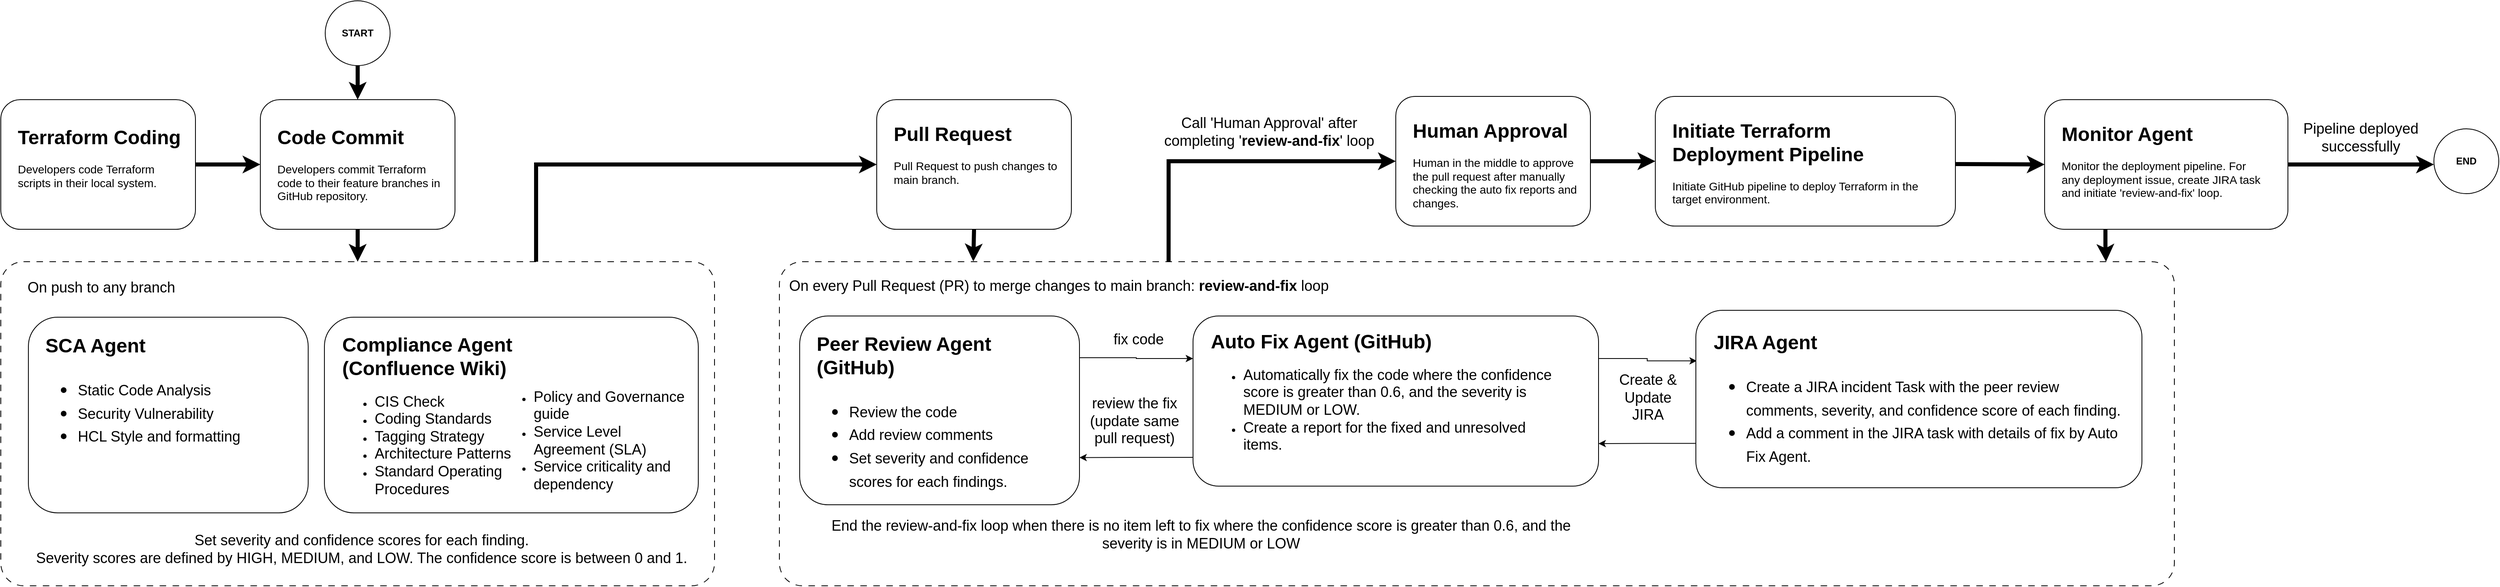
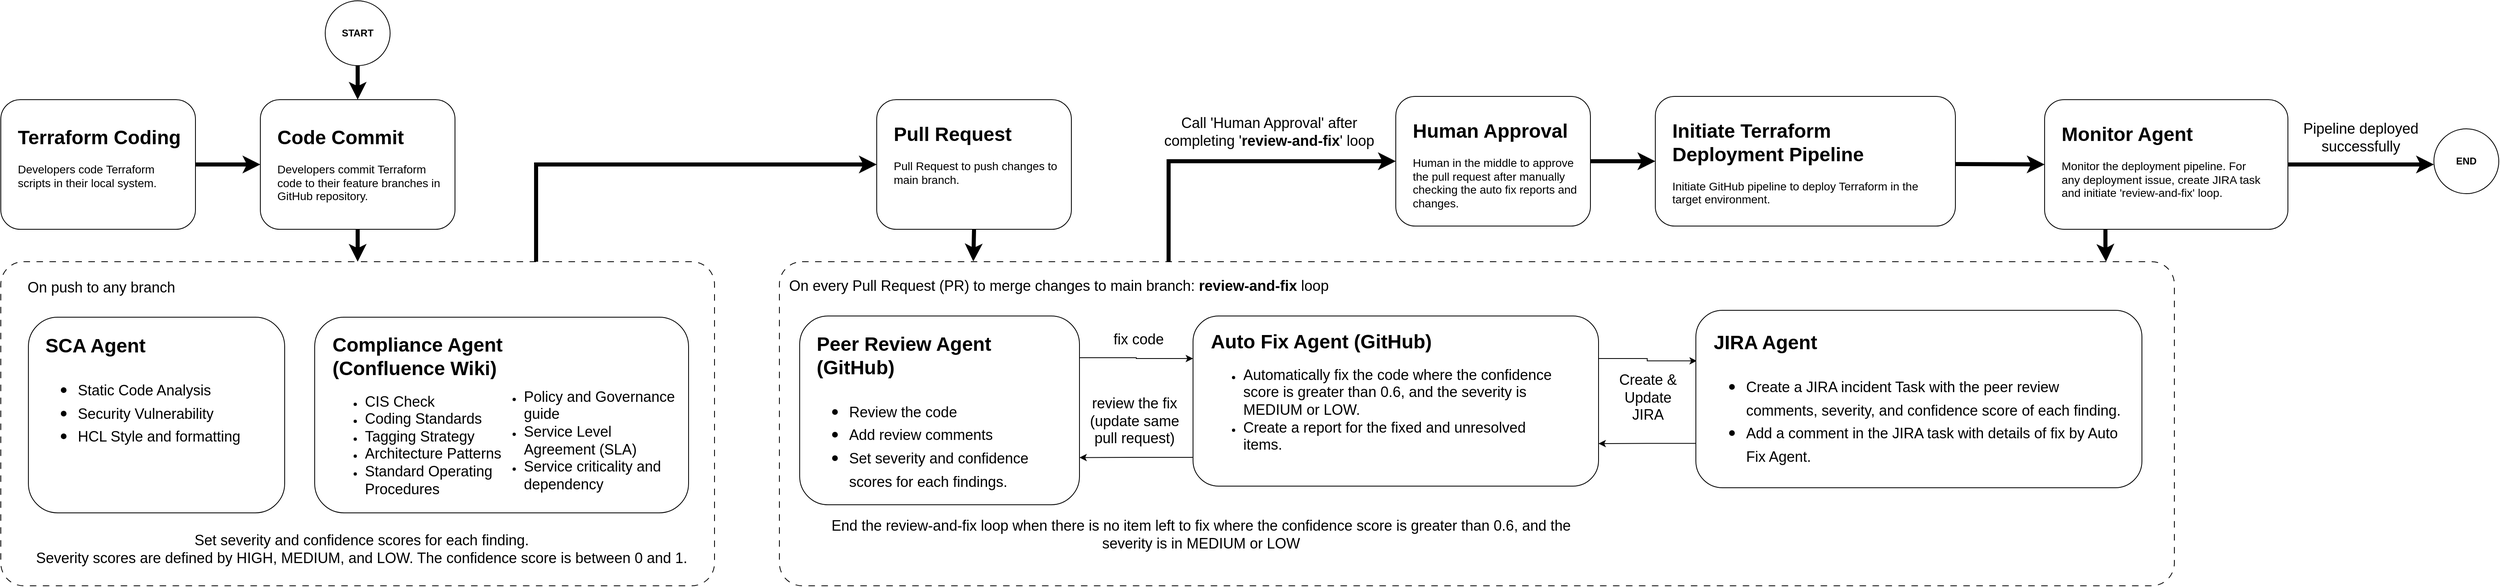
<mxfile host="app.diagrams.net">
  <diagram name="Page-1" id="llQ14HlxIDWXj9B5HY60">
    <mxGraphModel dx="1006" dy="638" grid="1" gridSize="10" guides="1" tooltips="1" connect="1" arrows="1" fold="1" page="1" pageScale="1" pageWidth="850" pageHeight="1100" math="0" shadow="0">
      <root>
        <mxCell id="0" />
        <mxCell id="1" parent="0" />
        <mxCell id="IWc9zJM8tDhvkjJ2dRjy-13" edge="1" parent="1" source="IWc9zJM8tDhvkjJ2dRjy-5" style="edgeStyle=orthogonalEdgeStyle;rounded=0;orthogonalLoop=1;jettySize=auto;html=1;entryX=0;entryY=0.5;entryDx=0;entryDy=0;exitX=0.75;exitY=0;exitDx=0;exitDy=0;strokeWidth=5;" target="IWc9zJM8tDhvkjJ2dRjy-1">
          <mxGeometry relative="1" as="geometry" />
        </mxCell>
        <mxCell id="oJW8UGhNAXkty13G2p3x-1" parent="1" style="rounded=1;whiteSpace=wrap;html=1;" value="" vertex="1">
          <mxGeometry height="160" width="240" x="440" y="200" as="geometry" />
        </mxCell>
        <mxCell id="oJW8UGhNAXkty13G2p3x-3" parent="1" style="text;html=1;whiteSpace=wrap;overflow=hidden;rounded=0;" value="&lt;h1 style=&quot;margin-top: 0px;&quot;&gt;Code Commit&lt;/h1&gt;&lt;p&gt;&lt;font style=&quot;font-size: 14px;&quot;&gt;Developers commit Terraform code to their feature branches in GitHub repository.&lt;/font&gt;&lt;/p&gt;" vertex="1">
          <mxGeometry height="100" width="210" x="459" y="226" as="geometry" />
        </mxCell>
        <mxCell id="IWc9zJM8tDhvkjJ2dRjy-35" edge="1" parent="1" source="IWc9zJM8tDhvkjJ2dRjy-14" style="edgeStyle=orthogonalEdgeStyle;rounded=0;orthogonalLoop=1;jettySize=auto;html=1;entryX=0;entryY=0.5;entryDx=0;entryDy=0;exitX=0.279;exitY=0.025;exitDx=0;exitDy=0;exitPerimeter=0;strokeWidth=5;" target="IWc9zJM8tDhvkjJ2dRjy-33">
          <mxGeometry relative="1" as="geometry">
            <Array as="points">
              <mxPoint x="1560" y="276" />
            </Array>
          </mxGeometry>
        </mxCell>
        <mxCell id="IWc9zJM8tDhvkjJ2dRjy-1" parent="1" style="rounded=1;whiteSpace=wrap;html=1;" value="" vertex="1">
          <mxGeometry height="160" width="240" x="1200" y="200" as="geometry" />
        </mxCell>
        <mxCell id="IWc9zJM8tDhvkjJ2dRjy-2" parent="1" style="text;html=1;whiteSpace=wrap;overflow=hidden;rounded=0;" value="&lt;h1 style=&quot;margin-top: 0px;&quot;&gt;Pull Request&lt;/h1&gt;&lt;p&gt;&lt;font style=&quot;font-size: 14px;&quot;&gt;Pull Request to push changes to main branch.&lt;/font&gt;&lt;/p&gt;" vertex="1">
          <mxGeometry height="100" width="210" x="1219" y="222" as="geometry" />
        </mxCell>
        <mxCell id="IWc9zJM8tDhvkjJ2dRjy-12" edge="1" parent="1" source="IWc9zJM8tDhvkjJ2dRjy-3" style="edgeStyle=orthogonalEdgeStyle;rounded=0;orthogonalLoop=1;jettySize=auto;html=1;exitX=1;exitY=0.5;exitDx=0;exitDy=0;entryX=0;entryY=0.5;entryDx=0;entryDy=0;strokeWidth=5;" target="oJW8UGhNAXkty13G2p3x-1">
          <mxGeometry relative="1" as="geometry" />
        </mxCell>
        <mxCell id="IWc9zJM8tDhvkjJ2dRjy-3" parent="1" style="rounded=1;whiteSpace=wrap;html=1;" value="" vertex="1">
          <mxGeometry height="160" width="240" x="120" y="200" as="geometry" />
        </mxCell>
        <mxCell id="IWc9zJM8tDhvkjJ2dRjy-4" parent="1" style="text;html=1;whiteSpace=wrap;overflow=hidden;rounded=0;" value="&lt;h1 style=&quot;margin-top: 0px;&quot;&gt;Terraform Coding&lt;/h1&gt;&lt;p&gt;&lt;font style=&quot;font-size: 14px;&quot;&gt;Developers code Terraform scripts in their local system.&lt;/font&gt;&lt;/p&gt;" vertex="1">
          <mxGeometry height="100" width="210" x="139" y="226" as="geometry" />
        </mxCell>
        <mxCell id="IWc9zJM8tDhvkjJ2dRjy-5" parent="1" style="rounded=1;whiteSpace=wrap;html=1;arcSize=7;dashed=1;dashPattern=8 8;" value="" vertex="1">
          <mxGeometry height="400" width="880" x="120" y="400" as="geometry" />
        </mxCell>
        <mxCell id="IWc9zJM8tDhvkjJ2dRjy-6" parent="1" style="text;html=1;whiteSpace=wrap;strokeColor=none;fillColor=none;align=center;verticalAlign=middle;rounded=0;" value="&lt;font style=&quot;font-size: 18px;&quot;&gt;On push to any branch&lt;/font&gt;" vertex="1">
          <mxGeometry height="30" width="210" x="139" y="416.5" as="geometry" />
        </mxCell>
        <mxCell id="IWc9zJM8tDhvkjJ2dRjy-7" parent="1" style="rounded=1;whiteSpace=wrap;html=1;" value="" vertex="1">
-           <mxGeometry height="241.5" width="345" x="154" y="468.5" as="geometry" />
+           <mxGeometry height="241.5" width="316" x="154" y="468.5" as="geometry" />
        </mxCell>
        <mxCell id="IWc9zJM8tDhvkjJ2dRjy-8" parent="1" style="text;html=1;whiteSpace=wrap;overflow=hidden;rounded=0;" value="&lt;h1 style=&quot;margin-top: 0px;&quot;&gt;SCA Agent&lt;/h1&gt;&lt;h1 style=&quot;margin-top: 0px;&quot;&gt;&lt;p style=&quot;font-size: 12px; font-weight: 400;&quot;&gt;&lt;/p&gt;&lt;ul&gt;&lt;li&gt;&lt;span style=&quot;font-size: 18px; font-weight: normal;&quot;&gt;Static Code Analysis&lt;/span&gt;&lt;/li&gt;&lt;li&gt;&lt;span style=&quot;font-size: 18px; font-weight: normal;&quot;&gt;Security Vulnerability&lt;/span&gt;&lt;/li&gt;&lt;li&gt;&lt;span style=&quot;font-size: 18px; font-weight: normal;&quot;&gt;HCL Style and formatting&lt;/span&gt;&lt;/li&gt;&lt;/ul&gt;&lt;p&gt;&lt;/p&gt;&lt;/h1&gt;" vertex="1">
          <mxGeometry height="183" width="306" x="173" y="482.5" as="geometry" />
        </mxCell>
        <mxCell id="IWc9zJM8tDhvkjJ2dRjy-9" parent="1" style="rounded=1;whiteSpace=wrap;html=1;" value="" vertex="1">
-           <mxGeometry height="241.5" width="461" x="519" y="468.5" as="geometry" />
+           <mxGeometry height="241.5" width="461" x="507" y="468.5" as="geometry" />
        </mxCell>
        <mxCell id="IWc9zJM8tDhvkjJ2dRjy-10" parent="1" style="text;html=1;whiteSpace=wrap;overflow=hidden;rounded=0;" value="&lt;h1 style=&quot;margin-top: 0px;&quot;&gt;Compliance Agent (Confluence Wiki)&lt;/h1&gt;&lt;p&gt;&lt;/p&gt;&lt;ul&gt;&lt;li&gt;&lt;span style=&quot;font-size: 18px;&quot;&gt;CIS Check&lt;/span&gt;&lt;/li&gt;&lt;li&gt;&lt;span style=&quot;font-size: 18px;&quot;&gt;Coding Standards&lt;/span&gt;&lt;/li&gt;&lt;li&gt;&lt;span style=&quot;font-size: 18px;&quot;&gt;Tagging Strategy&lt;/span&gt;&lt;/li&gt;&lt;li&gt;&lt;span style=&quot;font-size: 18px;&quot;&gt;Architecture Patterns&lt;/span&gt;&lt;/li&gt;&lt;li&gt;&lt;span style=&quot;font-size: 18px;&quot;&gt;Standard Operating Procedures&lt;/span&gt;&lt;/li&gt;&lt;/ul&gt;&lt;p&gt;&lt;/p&gt;" vertex="1">
-           <mxGeometry height="218.5" width="261" x="539" y="481.5" as="geometry" />
+           <mxGeometry height="218.5" width="261" x="527" y="481.5" as="geometry" />
        </mxCell>
        <mxCell id="IWc9zJM8tDhvkjJ2dRjy-11" edge="1" parent="1" source="oJW8UGhNAXkty13G2p3x-1" style="edgeStyle=orthogonalEdgeStyle;rounded=0;orthogonalLoop=1;jettySize=auto;html=1;exitX=0.5;exitY=1;exitDx=0;exitDy=0;entryX=0.5;entryY=0;entryDx=0;entryDy=0;strokeWidth=5;" target="IWc9zJM8tDhvkjJ2dRjy-5">
          <mxGeometry relative="1" as="geometry" />
        </mxCell>
        <mxCell id="IWc9zJM8tDhvkjJ2dRjy-14" parent="1" style="rounded=1;whiteSpace=wrap;html=1;arcSize=7;dashed=1;dashPattern=8 8;" value="" vertex="1">
          <mxGeometry height="400" width="1720" x="1080" y="400" as="geometry" />
        </mxCell>
        <mxCell id="IWc9zJM8tDhvkjJ2dRjy-15" parent="1" style="text;html=1;whiteSpace=wrap;strokeColor=none;fillColor=none;align=left;verticalAlign=middle;rounded=0;" value="&lt;font style=&quot;font-size: 18px;&quot;&gt;On every Pull Request (PR) to merge changes to main branch: &lt;b&gt;review-and-fix &lt;/b&gt;loop&lt;/font&gt;" vertex="1">
          <mxGeometry height="30" width="740" x="1090" y="415" as="geometry" />
        </mxCell>
        <mxCell id="IWc9zJM8tDhvkjJ2dRjy-22" edge="1" parent="1" source="IWc9zJM8tDhvkjJ2dRjy-16" style="edgeStyle=orthogonalEdgeStyle;rounded=0;orthogonalLoop=1;jettySize=auto;html=1;exitX=1;exitY=0.221;exitDx=0;exitDy=0;entryX=0;entryY=0.25;entryDx=0;entryDy=0;exitPerimeter=0;" target="IWc9zJM8tDhvkjJ2dRjy-18">
          <mxGeometry relative="1" as="geometry" />
        </mxCell>
        <mxCell id="IWc9zJM8tDhvkjJ2dRjy-16" parent="1" style="rounded=1;whiteSpace=wrap;html=1;" value="" vertex="1">
          <mxGeometry height="233" width="345" x="1105" y="467" as="geometry" />
        </mxCell>
        <mxCell id="IWc9zJM8tDhvkjJ2dRjy-17" parent="1" style="text;html=1;whiteSpace=wrap;overflow=hidden;rounded=0;" value="&lt;h1 style=&quot;margin-top: 0px;&quot;&gt;Peer Review Agent (GitHub)&lt;/h1&gt;&lt;h1 style=&quot;margin-top: 0px;&quot;&gt;&lt;p style=&quot;font-size: 12px; font-weight: 400;&quot;&gt;&lt;/p&gt;&lt;ul&gt;&lt;li&gt;&lt;span style=&quot;font-size: 18px; font-weight: 400;&quot;&gt;Review the code&lt;/span&gt;&lt;/li&gt;&lt;li&gt;&lt;span style=&quot;font-size: 18px; font-weight: 400;&quot;&gt;Add review comments&lt;/span&gt;&lt;/li&gt;&lt;li&gt;&lt;span style=&quot;font-size: 18px; font-weight: 400;&quot;&gt;Set severity and confidence scores for each findings.&lt;/span&gt;&lt;/li&gt;&lt;/ul&gt;&lt;p&gt;&lt;/p&gt;&lt;/h1&gt;" vertex="1">
          <mxGeometry height="209" width="306" x="1124" y="481" as="geometry" />
        </mxCell>
        <mxCell id="IWc9zJM8tDhvkjJ2dRjy-23" edge="1" parent="1" source="IWc9zJM8tDhvkjJ2dRjy-18" style="edgeStyle=orthogonalEdgeStyle;rounded=0;orthogonalLoop=1;jettySize=auto;html=1;exitX=0;exitY=0.831;exitDx=0;exitDy=0;entryX=1;entryY=0.75;entryDx=0;entryDy=0;exitPerimeter=0;" target="IWc9zJM8tDhvkjJ2dRjy-16">
          <mxGeometry relative="1" as="geometry" />
        </mxCell>
        <mxCell id="IWc9zJM8tDhvkjJ2dRjy-31" edge="1" parent="1" source="IWc9zJM8tDhvkjJ2dRjy-18" style="edgeStyle=orthogonalEdgeStyle;rounded=0;orthogonalLoop=1;jettySize=auto;html=1;exitX=1;exitY=0.25;exitDx=0;exitDy=0;entryX=0.002;entryY=0.285;entryDx=0;entryDy=0;entryPerimeter=0;" target="IWc9zJM8tDhvkjJ2dRjy-27">
          <mxGeometry relative="1" as="geometry" />
        </mxCell>
        <mxCell id="IWc9zJM8tDhvkjJ2dRjy-18" parent="1" style="rounded=1;whiteSpace=wrap;html=1;" value="" vertex="1">
          <mxGeometry height="210" width="500" x="1590" y="467" as="geometry" />
        </mxCell>
        <mxCell id="IWc9zJM8tDhvkjJ2dRjy-19" parent="1" style="text;html=1;whiteSpace=wrap;overflow=hidden;rounded=0;" value="&lt;h1 style=&quot;margin-top: 0px;&quot;&gt;Auto Fix Agent (GitHub)&lt;/h1&gt;&lt;p&gt;&lt;/p&gt;&lt;ul&gt;&lt;li&gt;&lt;span style=&quot;font-size: 18px;&quot;&gt;Automatically fix the code where the confidence score is greater than 0.6, and the severity is MEDIUM or LOW.&amp;nbsp;&lt;/span&gt;&lt;/li&gt;&lt;li&gt;&lt;span style=&quot;font-size: 18px;&quot;&gt;Create a report for the fixed and unresolved items.&lt;/span&gt;&lt;/li&gt;&lt;/ul&gt;&lt;p&gt;&lt;/p&gt;" vertex="1">
          <mxGeometry height="192" width="440" x="1610" y="478" as="geometry" />
        </mxCell>
        <mxCell id="IWc9zJM8tDhvkjJ2dRjy-20" parent="1" style="text;whiteSpace=wrap;fontSize=18;align=center;" value="Set severity and confidence scores for each finding.&#xa;Severity scores are defined by HIGH, MEDIUM, and LOW. The confidence score is between 0 and 1." vertex="1">
          <mxGeometry height="50.5" width="830" x="150" y="726.5" as="geometry" />
        </mxCell>
        <mxCell id="IWc9zJM8tDhvkjJ2dRjy-21" edge="1" parent="1" source="IWc9zJM8tDhvkjJ2dRjy-1" style="edgeStyle=orthogonalEdgeStyle;rounded=0;orthogonalLoop=1;jettySize=auto;html=1;exitX=0.5;exitY=1;exitDx=0;exitDy=0;entryX=0.139;entryY=-0.001;entryDx=0;entryDy=0;entryPerimeter=0;strokeWidth=5;" target="IWc9zJM8tDhvkjJ2dRjy-14">
          <mxGeometry relative="1" as="geometry" />
        </mxCell>
        <mxCell id="IWc9zJM8tDhvkjJ2dRjy-24" parent="1" style="text;html=1;whiteSpace=wrap;strokeColor=none;fillColor=none;align=center;verticalAlign=middle;rounded=0;" value="&lt;font style=&quot;font-size: 18px;&quot;&gt;fix code&lt;/font&gt;" vertex="1">
          <mxGeometry height="30" width="82" x="1482" y="481" as="geometry" />
        </mxCell>
        <mxCell id="IWc9zJM8tDhvkjJ2dRjy-25" parent="1" style="text;html=1;whiteSpace=wrap;strokeColor=none;fillColor=none;align=center;verticalAlign=middle;rounded=0;" value="&lt;font style=&quot;font-size: 18px;&quot;&gt;review the fix (update same pull request)&lt;/font&gt;" vertex="1">
          <mxGeometry height="67" width="120" x="1458" y="563" as="geometry" />
        </mxCell>
        <mxCell id="IWc9zJM8tDhvkjJ2dRjy-26" parent="1" style="text;html=1;whiteSpace=wrap;strokeColor=none;fillColor=none;align=center;verticalAlign=middle;rounded=0;" value="&lt;font style=&quot;font-size: 18px;&quot;&gt;End the review-and-fix loop when there is no item left to fix where the confidence score is greater than 0.6, and the severity is in MEDIUM or LOW&lt;/font&gt;" vertex="1">
          <mxGeometry height="50" width="980" x="1110" y="711.5" as="geometry" />
        </mxCell>
        <mxCell id="IWc9zJM8tDhvkjJ2dRjy-30" edge="1" parent="1" source="IWc9zJM8tDhvkjJ2dRjy-27" style="edgeStyle=orthogonalEdgeStyle;rounded=0;orthogonalLoop=1;jettySize=auto;html=1;exitX=0;exitY=0.75;exitDx=0;exitDy=0;entryX=1;entryY=0.75;entryDx=0;entryDy=0;" target="IWc9zJM8tDhvkjJ2dRjy-18">
          <mxGeometry relative="1" as="geometry" />
        </mxCell>
        <mxCell id="IWc9zJM8tDhvkjJ2dRjy-27" parent="1" style="rounded=1;whiteSpace=wrap;html=1;" value="" vertex="1">
          <mxGeometry height="219" width="550" x="2210" y="460" as="geometry" />
        </mxCell>
        <mxCell id="IWc9zJM8tDhvkjJ2dRjy-28" parent="1" style="text;html=1;whiteSpace=wrap;overflow=hidden;rounded=0;" value="&lt;h1 style=&quot;margin-top: 0px;&quot;&gt;JIRA Agent&lt;/h1&gt;&lt;h1 style=&quot;margin-top: 0px;&quot;&gt;&lt;p style=&quot;font-size: 12px; font-weight: 400;&quot;&gt;&lt;/p&gt;&lt;ul&gt;&lt;li&gt;&lt;span style=&quot;font-size: 18px; font-weight: 400;&quot;&gt;Create a JIRA incident Task with the peer review comments, severity, and confidence score of each finding.&lt;/span&gt;&lt;/li&gt;&lt;li&gt;&lt;span style=&quot;font-size: 18px; font-weight: 400;&quot;&gt;Add a comment in the JIRA task with details of fix by Auto Fix Agent.&lt;/span&gt;&lt;/li&gt;&lt;/ul&gt;&lt;p&gt;&lt;/p&gt;&lt;/h1&gt;" vertex="1">
          <mxGeometry height="191" width="510" x="2230" y="479" as="geometry" />
        </mxCell>
        <mxCell id="IWc9zJM8tDhvkjJ2dRjy-32" parent="1" style="text;html=1;whiteSpace=wrap;strokeColor=none;fillColor=none;align=center;verticalAlign=middle;rounded=0;" value="&lt;font style=&quot;font-size: 18px;&quot;&gt;Create &amp;amp; Update JIRA&lt;/font&gt;" vertex="1">
          <mxGeometry height="57.5" width="102" x="2100" y="539" as="geometry" />
        </mxCell>
        <mxCell id="IWc9zJM8tDhvkjJ2dRjy-39" edge="1" parent="1" source="IWc9zJM8tDhvkjJ2dRjy-33" style="edgeStyle=orthogonalEdgeStyle;rounded=0;orthogonalLoop=1;jettySize=auto;html=1;exitX=1;exitY=0.5;exitDx=0;exitDy=0;entryX=0;entryY=0.5;entryDx=0;entryDy=0;strokeWidth=5;" target="IWc9zJM8tDhvkjJ2dRjy-37">
          <mxGeometry relative="1" as="geometry" />
        </mxCell>
        <mxCell id="IWc9zJM8tDhvkjJ2dRjy-33" parent="1" style="rounded=1;whiteSpace=wrap;html=1;" value="" vertex="1">
          <mxGeometry height="160" width="240" x="1840" y="196" as="geometry" />
        </mxCell>
        <mxCell id="IWc9zJM8tDhvkjJ2dRjy-34" parent="1" style="text;html=1;whiteSpace=wrap;overflow=hidden;rounded=0;" value="&lt;h1 style=&quot;margin-top: 0px;&quot;&gt;Human Approval&lt;/h1&gt;&lt;p&gt;&lt;font style=&quot;font-size: 14px;&quot;&gt;Human in the middle to approve the pull request after manually checking the auto fix reports and changes.&amp;nbsp;&lt;/font&gt;&lt;/p&gt;" vertex="1">
          <mxGeometry height="122" width="210" x="1859" y="218" as="geometry" />
        </mxCell>
        <mxCell id="IWc9zJM8tDhvkjJ2dRjy-36" parent="1" style="text;html=1;whiteSpace=wrap;strokeColor=none;fillColor=none;align=center;verticalAlign=middle;rounded=0;" value="&lt;font style=&quot;font-size: 18px;&quot;&gt;Call &#39;Human Approval&#39; after completing &#39;&lt;b&gt;review-and-fix&lt;/b&gt;&#39; loop&lt;/font&gt;" vertex="1">
          <mxGeometry height="60" width="268" x="1550" y="210" as="geometry" />
        </mxCell>
        <mxCell id="IWc9zJM8tDhvkjJ2dRjy-37" parent="1" style="rounded=1;whiteSpace=wrap;html=1;" value="" vertex="1">
          <mxGeometry height="160" width="370" x="2160" y="196" as="geometry" />
        </mxCell>
        <mxCell id="IWc9zJM8tDhvkjJ2dRjy-38" parent="1" style="text;html=1;whiteSpace=wrap;overflow=hidden;rounded=0;" value="&lt;h1 style=&quot;margin-top: 0px;&quot;&gt;Initiate Terraform Deployment Pipeline&lt;/h1&gt;&lt;p&gt;&lt;font style=&quot;font-size: 14px;&quot;&gt;Initiate GitHub pipeline to deploy Terraform in the target environment.&lt;/font&gt;&amp;nbsp;&amp;nbsp;&lt;/p&gt;" vertex="1">
          <mxGeometry height="112" width="341" x="2179" y="218" as="geometry" />
        </mxCell>
        <mxCell id="IWc9zJM8tDhvkjJ2dRjy-41" edge="1" parent="1" source="IWc9zJM8tDhvkjJ2dRjy-40" style="edgeStyle=orthogonalEdgeStyle;rounded=0;orthogonalLoop=1;jettySize=auto;html=1;exitX=0.5;exitY=1;exitDx=0;exitDy=0;entryX=0.5;entryY=0;entryDx=0;entryDy=0;strokeWidth=5;" target="oJW8UGhNAXkty13G2p3x-1">
          <mxGeometry relative="1" as="geometry" />
        </mxCell>
        <mxCell id="IWc9zJM8tDhvkjJ2dRjy-40" parent="1" style="ellipse;whiteSpace=wrap;html=1;aspect=fixed;fontStyle=1" value="START" vertex="1">
          <mxGeometry height="80" width="80" x="520" y="78" as="geometry" />
        </mxCell>
        <mxCell id="IWc9zJM8tDhvkjJ2dRjy-47" edge="1" parent="1" source="IWc9zJM8tDhvkjJ2dRjy-42" style="edgeStyle=orthogonalEdgeStyle;rounded=0;orthogonalLoop=1;jettySize=auto;html=1;exitX=1;exitY=0.5;exitDx=0;exitDy=0;strokeWidth=5;">
          <mxGeometry relative="1" as="geometry">
            <mxPoint x="3120" y="280" as="targetPoint" />
          </mxGeometry>
        </mxCell>
        <mxCell id="IWc9zJM8tDhvkjJ2dRjy-42" parent="1" style="rounded=1;whiteSpace=wrap;html=1;" value="" vertex="1">
          <mxGeometry height="160" width="300" x="2640" y="200" as="geometry" />
        </mxCell>
        <mxCell id="IWc9zJM8tDhvkjJ2dRjy-43" parent="1" style="text;html=1;whiteSpace=wrap;overflow=hidden;rounded=0;" value="&lt;h1 style=&quot;margin-top: 0px;&quot;&gt;Monitor Agent&lt;/h1&gt;&lt;p&gt;&lt;font style=&quot;font-size: 14px;&quot;&gt;Monitor the deployment pipeline.&amp;nbsp;&lt;span style=&quot;background-color: transparent; color: light-dark(rgb(0, 0, 0), rgb(255, 255, 255));&quot;&gt;F&lt;/span&gt;&lt;span style=&quot;background-color: transparent; color: light-dark(rgb(0, 0, 0), rgb(255, 255, 255));&quot;&gt;or any deployment issue, create JIRA task and initiate &#39;review-and-fix&#39; loop.&lt;/span&gt;&lt;/font&gt;&lt;/p&gt;" vertex="1">
          <mxGeometry height="112" width="251" x="2659" y="222" as="geometry" />
        </mxCell>
        <mxCell id="IWc9zJM8tDhvkjJ2dRjy-44" edge="1" parent="1" style="edgeStyle=orthogonalEdgeStyle;rounded=0;orthogonalLoop=1;jettySize=auto;html=1;exitX=1;exitY=0.5;exitDx=0;exitDy=0;entryX=0;entryY=0.5;entryDx=0;entryDy=0;strokeWidth=5;" target="IWc9zJM8tDhvkjJ2dRjy-42">
          <mxGeometry relative="1" as="geometry">
            <mxPoint x="2530" y="279.5" as="sourcePoint" />
            <mxPoint x="2610" y="279.5" as="targetPoint" />
          </mxGeometry>
        </mxCell>
        <mxCell id="IWc9zJM8tDhvkjJ2dRjy-45" edge="1" parent="1" source="IWc9zJM8tDhvkjJ2dRjy-42" style="edgeStyle=orthogonalEdgeStyle;rounded=0;orthogonalLoop=1;jettySize=auto;html=1;exitX=0.25;exitY=1;exitDx=0;exitDy=0;entryX=0.951;entryY=0;entryDx=0;entryDy=0;entryPerimeter=0;strokeWidth=5;" target="IWc9zJM8tDhvkjJ2dRjy-14">
          <mxGeometry relative="1" as="geometry" />
        </mxCell>
        <mxCell id="IWc9zJM8tDhvkjJ2dRjy-46" parent="1" style="ellipse;whiteSpace=wrap;html=1;aspect=fixed;fontStyle=1" value="END" vertex="1">
          <mxGeometry height="80" width="80" x="3120" y="236" as="geometry" />
        </mxCell>
        <mxCell id="IWc9zJM8tDhvkjJ2dRjy-48" parent="1" style="text;html=1;whiteSpace=wrap;strokeColor=none;fillColor=none;align=center;verticalAlign=middle;rounded=0;" value="&lt;font style=&quot;font-size: 18px;&quot;&gt;Pipeline deployed successfully&lt;/font&gt;" vertex="1">
          <mxGeometry height="57.5" width="160" x="2950" y="218" as="geometry" />
        </mxCell>
        <mxCell id="IWc9zJM8tDhvkjJ2dRjy-50" parent="1" style="text;html=1;whiteSpace=wrap;overflow=hidden;rounded=0;" value="&lt;h1 style=&quot;margin-top: 0px;&quot;&gt;&lt;br&gt;&lt;/h1&gt;&lt;ul&gt;&lt;li&gt;&lt;span style=&quot;font-size: 18px;&quot;&gt;Policy and Governance guide&lt;/span&gt;&lt;/li&gt;&lt;li&gt;&lt;span style=&quot;font-size: 18px;&quot;&gt;Service Level Agreement (SLA)&lt;/span&gt;&lt;/li&gt;&lt;li&gt;&lt;span style=&quot;font-size: 18px;&quot;&gt;Service criticality and dependency&lt;/span&gt;&lt;/li&gt;&lt;/ul&gt;&lt;p&gt;&lt;/p&gt;" vertex="1">
-           <mxGeometry height="200" width="240" x="735" y="505" as="geometry" />
+           <mxGeometry height="200" width="240" x="723" y="505" as="geometry" />
        </mxCell>
      </root>
    </mxGraphModel>
  </diagram>
</mxfile>
